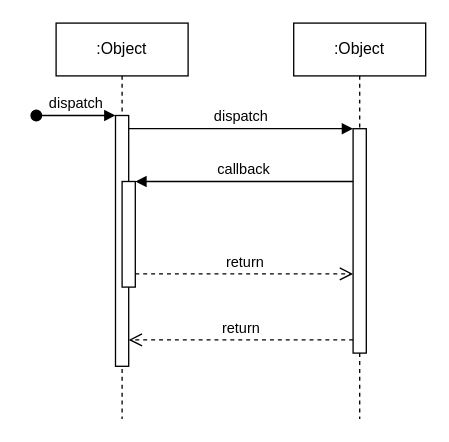
Before: LLSI/联易融交易数据.drawio in 0573xieguojia/To-program, a draw.io diagram. Source tidied: cells renumbered, new cells numbered last; positions are measured from the earlier drawing's top-left corner, leaving out a move shared by most shapes. Both pictures are drawn from the tidied source at 132%, with x=0, y=0 at pixel (36, 22).
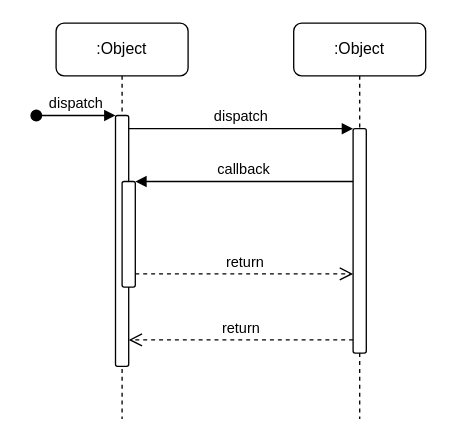
Above is the later version.

Commit message:
更新联易融交易数据.drawio

Diff of the diagram source:
```diff
@@
 <mxGraphModel>
   <root>
     <mxCell id="0" />
     <mxCell id="1" parent="0" />
-    <mxCell id="2" value=":Object" style="shape=umlLifeline;perimeter=lifelinePerimeter;whiteSpace=wrap;html=1;newEdgeStyle={&quot;edgeStyle&quot;:&quot;elbowEdgeStyle&quot;,&quot;elbow&quot;:&quot;vertical&quot;,&quot;curved&quot;:0,&quot;rounded&quot;:0};" parent="1" vertex="1">
+    <mxCell id="2" value=":Object" style="shape=umlLifeline;perimeter=lifelinePerimeter;whiteSpace=wrap;html=1;newEdgeStyle={&quot;edgeStyle&quot;:&quot;elbowEdgeStyle&quot;,&quot;elbow&quot;:&quot;vertical&quot;,&quot;curved&quot;:0,&quot;rounded&quot;:0};rounded=1;" parent="1" vertex="1">
       <mxGeometry x="15" width="100" height="300" as="geometry" />
     </mxCell>
-    <mxCell id="3" style="html=1;points=[];perimeter=orthogonalPerimeter;outlineConnect=0;targetShapes=umlLifeline;portConstraint=eastwest;newEdgeStyle={&quot;edgeStyle&quot;:&quot;elbowEdgeStyle&quot;,&quot;elbow&quot;:&quot;vertical&quot;,&quot;curved&quot;:0,&quot;rounded&quot;:0};" parent="2" vertex="1">
+    <mxCell id="3" style="html=1;points=[];perimeter=orthogonalPerimeter;outlineConnect=0;targetShapes=umlLifeline;portConstraint=eastwest;newEdgeStyle={&quot;edgeStyle&quot;:&quot;elbowEdgeStyle&quot;,&quot;elbow&quot;:&quot;vertical&quot;,&quot;curved&quot;:0,&quot;rounded&quot;:0};rounded=1;" parent="2" vertex="1">
       <mxGeometry x="45" y="70" width="10" height="190" as="geometry" />
     </mxCell>
-    <mxCell id="4" value="dispatch" style="html=1;verticalAlign=bottom;startArrow=oval;endArrow=block;startSize=8;edgeStyle=elbowEdgeStyle;elbow=vertical;curved=0;rounded=0;" parent="2" edge="1" target="3">
+    <mxCell id="4" value="dispatch" style="html=1;verticalAlign=bottom;startArrow=oval;endArrow=block;startSize=8;edgeStyle=elbowEdgeStyle;elbow=vertical;curved=0;rounded=1;" parent="2" edge="1" target="3">
       <mxGeometry relative="1" as="geometry">
         <mxPoint x="-15" y="70" as="sourcePoint" />
       </mxGeometry>
     </mxCell>
-    <mxCell id="5" style="html=1;points=[];perimeter=orthogonalPerimeter;outlineConnect=0;targetShapes=umlLifeline;portConstraint=eastwest;newEdgeStyle={&quot;edgeStyle&quot;:&quot;elbowEdgeStyle&quot;,&quot;elbow&quot;:&quot;vertical&quot;,&quot;curved&quot;:0,&quot;rounded&quot;:0};" parent="2" vertex="1">
+    <mxCell id="5" style="html=1;points=[];perimeter=orthogonalPerimeter;outlineConnect=0;targetShapes=umlLifeline;portConstraint=eastwest;newEdgeStyle={&quot;edgeStyle&quot;:&quot;elbowEdgeStyle&quot;,&quot;elbow&quot;:&quot;vertical&quot;,&quot;curved&quot;:0,&quot;rounded&quot;:0};rounded=1;" parent="2" vertex="1">
       <mxGeometry x="50" y="120" width="10" height="80" as="geometry" />
     </mxCell>
-    <mxCell id="6" value=":Object" style="shape=umlLifeline;perimeter=lifelinePerimeter;whiteSpace=wrap;html=1;newEdgeStyle={&quot;edgeStyle&quot;:&quot;elbowEdgeStyle&quot;,&quot;elbow&quot;:&quot;vertical&quot;,&quot;curved&quot;:0,&quot;rounded&quot;:0};" parent="1" vertex="1">
+    <mxCell id="6" value=":Object" style="shape=umlLifeline;perimeter=lifelinePerimeter;whiteSpace=wrap;html=1;newEdgeStyle={&quot;edgeStyle&quot;:&quot;elbowEdgeStyle&quot;,&quot;elbow&quot;:&quot;vertical&quot;,&quot;curved&quot;:0,&quot;rounded&quot;:0};rounded=1;" parent="1" vertex="1">
       <mxGeometry x="195" width="100" height="300" as="geometry" />
     </mxCell>
-    <mxCell id="7" style="html=1;points=[];perimeter=orthogonalPerimeter;outlineConnect=0;targetShapes=umlLifeline;portConstraint=eastwest;newEdgeStyle={&quot;edgeStyle&quot;:&quot;elbowEdgeStyle&quot;,&quot;elbow&quot;:&quot;vertical&quot;,&quot;curved&quot;:0,&quot;rounded&quot;:0};" parent="6" vertex="1">
+    <mxCell id="7" style="html=1;points=[];perimeter=orthogonalPerimeter;outlineConnect=0;targetShapes=umlLifeline;portConstraint=eastwest;newEdgeStyle={&quot;edgeStyle&quot;:&quot;elbowEdgeStyle&quot;,&quot;elbow&quot;:&quot;vertical&quot;,&quot;curved&quot;:0,&quot;rounded&quot;:0};rounded=1;" parent="6" vertex="1">
       <mxGeometry x="45" y="80" width="10" height="170" as="geometry" />
     </mxCell>
-    <mxCell id="8" value="dispatch" style="html=1;verticalAlign=bottom;endArrow=block;edgeStyle=elbowEdgeStyle;elbow=vertical;curved=0;rounded=0;" parent="1" edge="1" source="3" target="7">
+    <mxCell id="8" value="dispatch" style="html=1;verticalAlign=bottom;endArrow=block;edgeStyle=elbowEdgeStyle;elbow=vertical;curved=0;rounded=1;" parent="1" edge="1" source="3" target="7">
       <mxGeometry relative="1" as="geometry">
         <Array as="points">
           <mxPoint x="155" y="80" />
         </Array>
       </mxGeometry>
     </mxCell>
-    <mxCell id="9" value="return" style="html=1;verticalAlign=bottom;endArrow=open;dashed=1;endSize=8;edgeStyle=elbowEdgeStyle;elbow=vertical;curved=0;rounded=0;" parent="1" edge="1" source="7" target="3">
+    <mxCell id="9" value="return" style="html=1;verticalAlign=bottom;endArrow=open;dashed=1;endSize=8;edgeStyle=elbowEdgeStyle;elbow=vertical;curved=0;rounded=1;" parent="1" edge="1" source="7" target="3">
       <mxGeometry relative="1" as="geometry">
         <Array as="points">
           <mxPoint x="165" y="240" />
         </Array>
       </mxGeometry>
     </mxCell>
-    <mxCell id="10" value="callback" style="html=1;verticalAlign=bottom;endArrow=block;edgeStyle=elbowEdgeStyle;elbow=vertical;curved=0;rounded=0;" parent="1" edge="1" source="7" target="5">
+    <mxCell id="10" value="callback" style="html=1;verticalAlign=bottom;endArrow=block;edgeStyle=elbowEdgeStyle;elbow=vertical;curved=0;rounded=1;" parent="1" edge="1" source="7" target="5">
       <mxGeometry relative="1" as="geometry">
         <Array as="points">
           <mxPoint x="165" y="120" />
         </Array>
       </mxGeometry>
     </mxCell>
-    <mxCell id="11" value="return" style="html=1;verticalAlign=bottom;endArrow=open;dashed=1;endSize=8;edgeStyle=elbowEdgeStyle;elbow=vertical;curved=0;rounded=0;" parent="1" edge="1" source="5" target="7">
+    <mxCell id="11" value="return" style="html=1;verticalAlign=bottom;endArrow=open;dashed=1;endSize=8;edgeStyle=elbowEdgeStyle;elbow=vertical;curved=0;rounded=1;" parent="1" edge="1" source="5" target="7">
       <mxGeometry relative="1" as="geometry">
         <Array as="points">
           <mxPoint x="155" y="190" />
         </Array>
       </mxGeometry>
     </mxCell>
   </root>
 </mxGraphModel>
```
